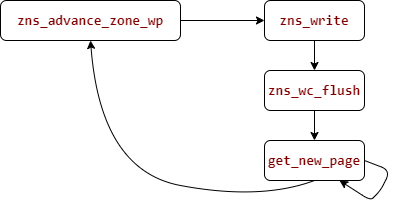
Earlier version of the draw.io export source/_posts/femu-zns源码分析以及Balloon-ZNS复现优化记录/2.drawio.png (bystreamzhang/bystreamzhang.github.io). Source tidied: cells renumbered, new cells last; positions are measured from the earlier drawing's top-left corner, leaving out a move shared by most shapes.
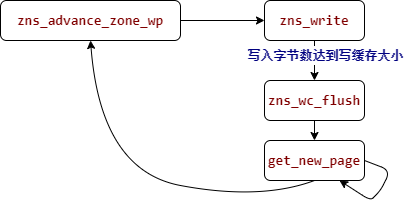
The same diagram one commit later.

The edit, as a diff of the source:
```diff
@@ -15,7 +15,7 @@
       <mxGeometry relative="1" as="geometry" />
     </mxCell>
     <mxCell id="6" value="&lt;div style=&quot;color: rgb(59, 59, 59); background-color: rgb(255, 255, 255); font-family: Consolas, &amp;quot;Courier New&amp;quot;, monospace; font-size: 14px; line-height: 19px; white-space: pre;&quot;&gt;&lt;div style=&quot;color: rgb(59, 59, 59); line-height: 19px;&quot;&gt;&lt;span style=&quot;color: #800000;font-weight: bold;&quot;&gt;zns_wc_flush&lt;/span&gt;&lt;/div&gt;&lt;/div&gt;" style="rounded=1;whiteSpace=wrap;html=1;" parent="1" vertex="1">
-      <mxGeometry x="264" y="70" width="100" height="40" as="geometry" />
+      <mxGeometry x="264" y="80" width="100" height="40" as="geometry" />
     </mxCell>
     <mxCell id="7" value="&lt;div style=&quot;color: rgb(59, 59, 59); background-color: rgb(255, 255, 255); font-family: Consolas, &amp;quot;Courier New&amp;quot;, monospace; font-size: 14px; line-height: 19px; white-space: pre;&quot;&gt;&lt;div style=&quot;color: rgb(59, 59, 59); line-height: 19px;&quot;&gt;&lt;div style=&quot;color: rgb(59, 59, 59); line-height: 19px;&quot;&gt;&lt;span style=&quot;color: #800000;font-weight: bold;&quot;&gt;get_new_page&lt;/span&gt;&lt;/div&gt;&lt;/div&gt;&lt;/div&gt;" style="rounded=1;whiteSpace=wrap;html=1;" parent="1" vertex="1">
       <mxGeometry x="264" y="140" width="100" height="40" as="geometry" />
@@ -42,5 +42,8 @@
         </Array>
       </mxGeometry>
     </mxCell>
+    <mxCell id="11" value="&lt;div style=&quot;color: rgb(59, 59, 59); background-color: rgb(255, 255, 255); font-family: Consolas, &amp;quot;Courier New&amp;quot;, monospace; line-height: 19px; white-space-collapse: preserve;&quot;&gt;&lt;span style=&quot;color: rgb(0, 0, 128); font-weight: bold;&quot;&gt;&lt;font&gt;写入字节数达到写缓存大小&lt;/font&gt;&lt;/span&gt;&lt;/div&gt;" style="text;html=1;align=center;verticalAlign=middle;strokeColor=none;fillColor=none;" parent="1" vertex="1">
+      <mxGeometry x="235" y="40" width="180" height="30" as="geometry" />
+    </mxCell>
   </root>
 </mxGraphModel>
```
